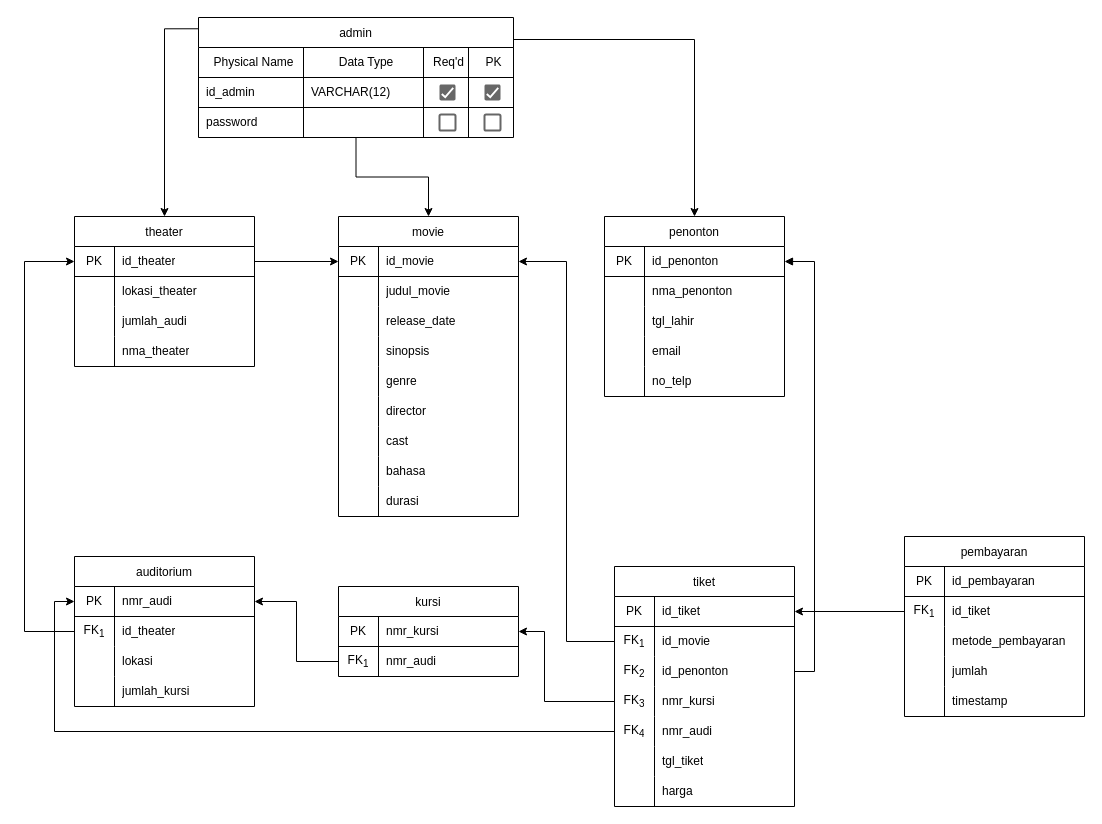
vinnnna/sistem-basis-data keeps this draw.io diagram as movie_pdm.drawio. Above is the earlier version. Source tidied: cells renumbered, new cells numbered last; positions are measured from the earlier drawing's top-left corner, leaving out a move shared by most shapes. Both pictures are drawn from the tidied source at 100%, with x=0, y=0 at pixel (24, 17).
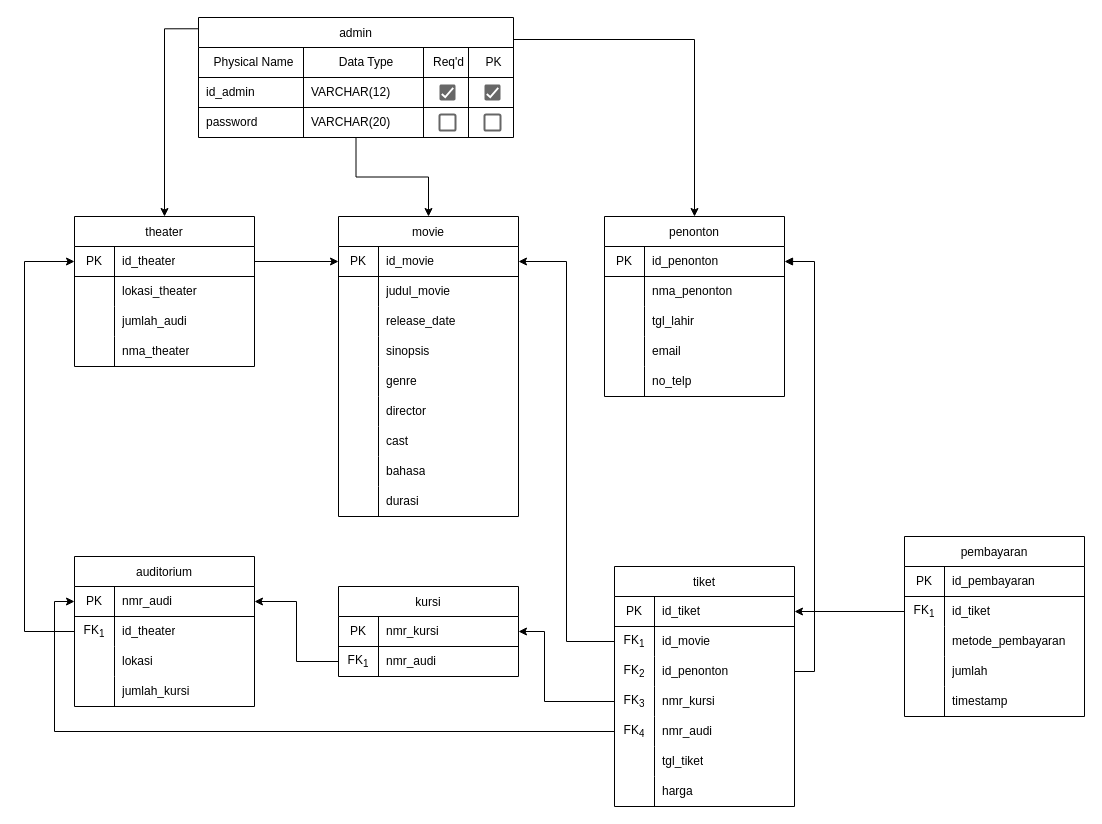
The same diagram, later.

Unchanged cells that the change refers to:
```xml
<mxCell id="110" style="shape=tableRow;horizontal=0;startSize=0;swimlaneHead=0;swimlaneBody=0;top=0;left=0;bottom=0;right=0;fillColor=none;strokeColor=inherit;fontSize=12;" parent="99" vertex="1">
  <mxGeometry y="90" width="315" height="30" as="geometry" />
</mxCell>
```

What changed in the source:
```diff
@@
-    <mxCell id="112" style="shape=partialRectangle;html=1;whiteSpace=wrap;fillColor=none;top=0;left=0;bottom=0;right=0;align=left;spacingLeft=6;overflow=hidden;strokeColor=inherit;fontSize=12;" parent="110" vertex="1">
+    <mxCell id="112" value="VARCHAR(20)" style="shape=partialRectangle;html=1;whiteSpace=wrap;fillColor=none;top=0;left=0;bottom=0;right=0;align=left;spacingLeft=6;overflow=hidden;strokeColor=inherit;fontSize=12;" parent="110" vertex="1">
       <mxGeometry x="105" width="120" height="30" as="geometry" />
     </mxCell>
```
